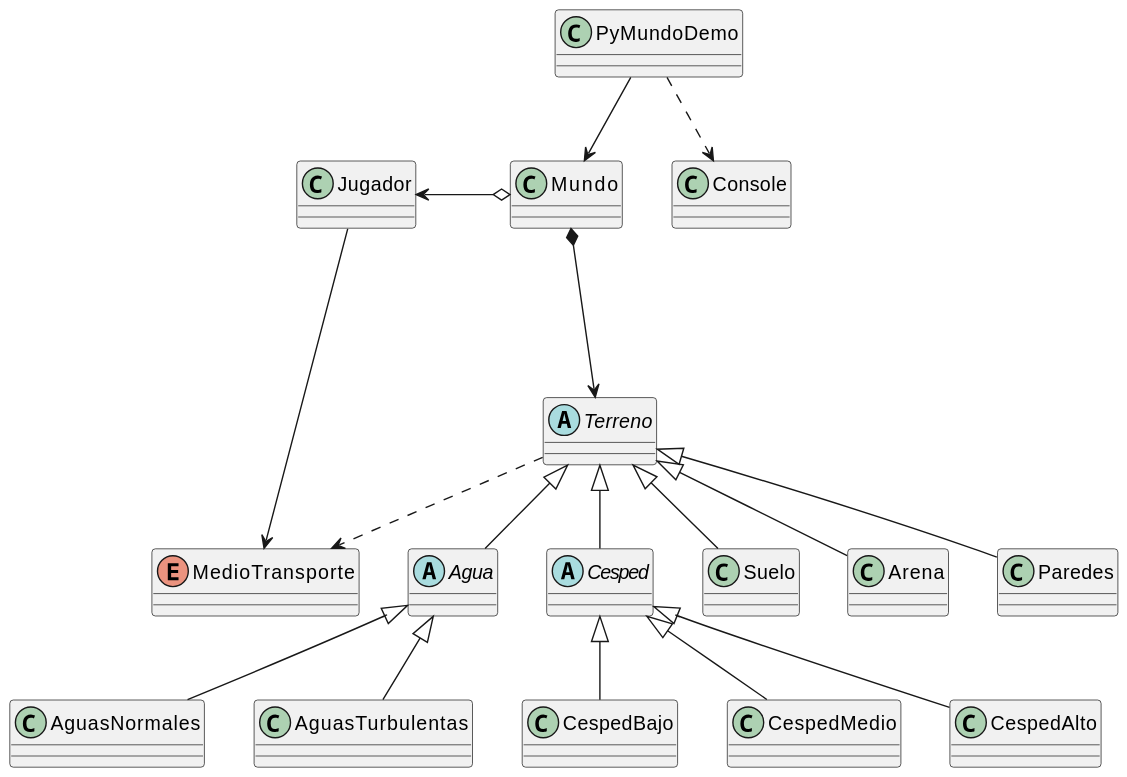
Earlier version of the PlantUML export images/DdC.svg (mmasias/fLiskov). Source of this version:
```plantuml
@startuml
enum MedioTransporte

PyMundoDemo -d-> Mundo
PyMundoDemo .d.> Console
Mundo *--d-> Terreno
Mundo o-l-> Jugador
Jugador -r-> MedioTransporte
Terreno ..> MedioTransporte


abstract Terreno
abstract Cesped
abstract Agua

Suelo -u-|> Terreno
Arena -u-|> Terreno
Paredes -u-|> Terreno
Cesped -u-|> Terreno
Agua -u-|> Terreno

CespedBajo -u-|> Cesped
CespedMedio -u-|> Cesped
CespedAlto -u-|> Cesped

AguasNormales -u-|> Agua
AguasTurbulentas -u-|> Agua
@enduml
```
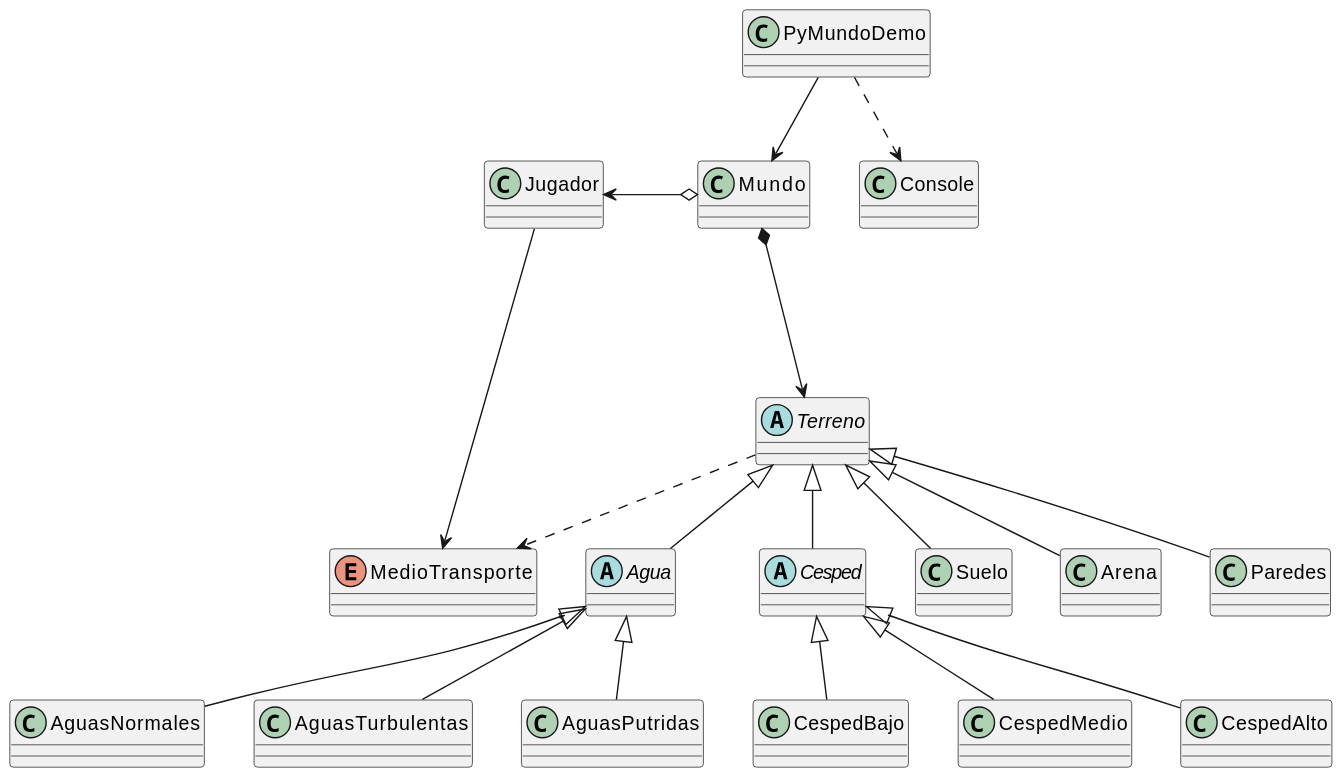
Above is the later version.

Diff of the diagram source:
```diff
@@ -25,4 +25,5 @@
 
 AguasNormales -u-|> Agua
 AguasTurbulentas -u-|> Agua
+AguasPutridas -u-|> Agua
 @enduml
```
